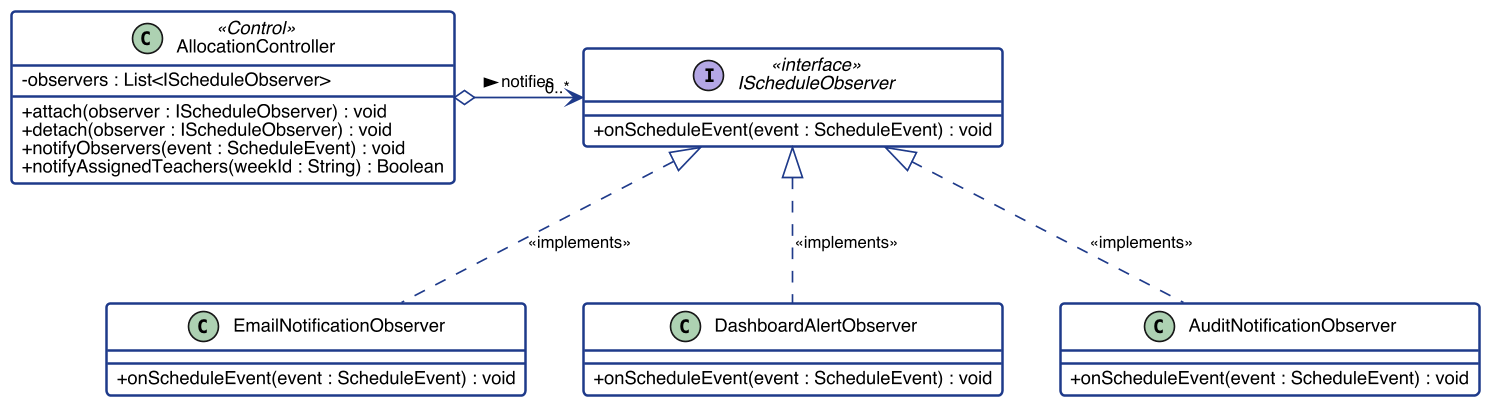
adoreblvnk/2001temp keeps this PlantUML diagram as slides/public/observer_pattern_after.png. Above is the earlier version. Its diagram source:
```plantuml
@startuml observer_pattern_after
skinparamlocked dpi 160
skinparam classAttributeIconSize 0
skinparam shadowing false
skinparam defaultFontName "Helvetica", "Arial", sans-serif
skinparam defaultFontSize 11
skinparam class {
    BackgroundColor #FFFFFF
    BorderColor #1E3A8A
    BorderThickness 1.5
}
skinparam interface {
    BackgroundColor #EFF6FF
    BorderColor #2563EB
    BorderThickness 1.5
}
skinparam arrow {
    Color #1E3A8A
    FontSize 10
}

class AllocationController <<Control>> {
    - observers : List<IScheduleObserver>
    + attach(observer : IScheduleObserver) : void
    + detach(observer : IScheduleObserver) : void
    + notifyObservers(event : ScheduleEvent) : void
    + notifyAssignedTeachers(weekId : String) : Boolean
}

interface IScheduleObserver <<interface>> {
    + onScheduleEvent(event : ScheduleEvent) : void
}

class EmailNotificationObserver {
    + onScheduleEvent(event : ScheduleEvent) : void
}

class DashboardAlertObserver {
    + onScheduleEvent(event : ScheduleEvent) : void
}

class AuditNotificationObserver {
    + onScheduleEvent(event : ScheduleEvent) : void
}

AllocationController o-> "0..*" IScheduleObserver : notifies >
EmailNotificationObserver .up.|> IScheduleObserver : <<implements>>
DashboardAlertObserver .up.|> IScheduleObserver : <<implements>>
AuditNotificationObserver .up.|> IScheduleObserver : <<implements>>

@enduml
```
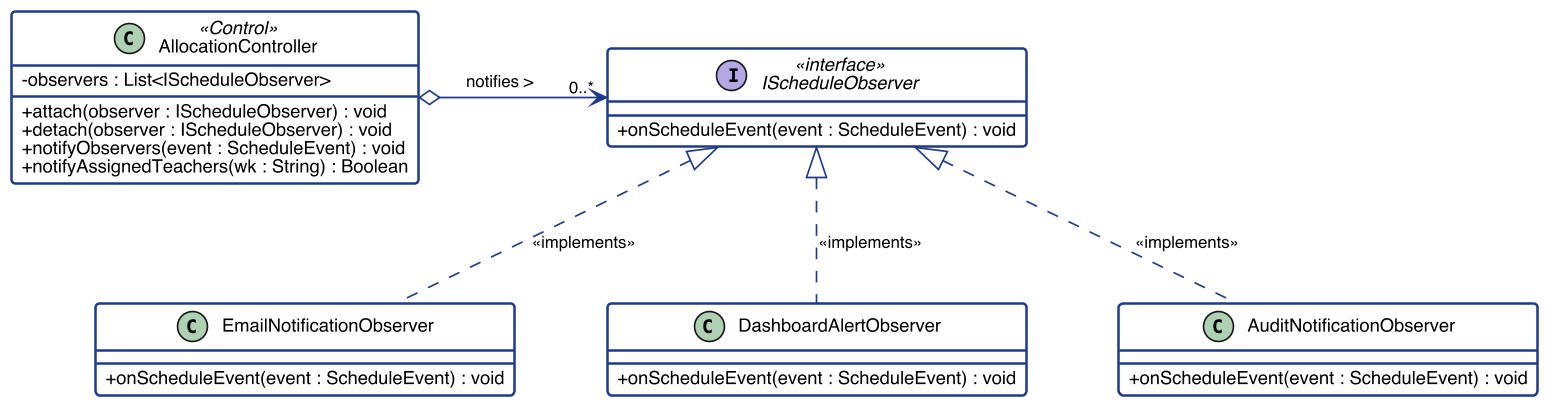
After the change.

What changed in the source:
```diff
@@ -19,12 +19,14 @@
     FontSize 10
 }
 
+skinparam nodesep 56
+
 class AllocationController <<Control>> {
     - observers : List<IScheduleObserver>
     + attach(observer : IScheduleObserver) : void
     + detach(observer : IScheduleObserver) : void
     + notifyObservers(event : ScheduleEvent) : void
-    + notifyAssignedTeachers(weekId : String) : Boolean
+    + notifyAssignedTeachers(wk : String) : Boolean
 }
 
 interface IScheduleObserver <<interface>> {
@@ -43,7 +45,7 @@
     + onScheduleEvent(event : ScheduleEvent) : void
 }
 
-AllocationController o-> "0..*" IScheduleObserver : notifies >
+AllocationController o-right-> "0..*" IScheduleObserver : "notifies >      "
 EmailNotificationObserver .up.|> IScheduleObserver : <<implements>>
 DashboardAlertObserver .up.|> IScheduleObserver : <<implements>>
 AuditNotificationObserver .up.|> IScheduleObserver : <<implements>>
```
